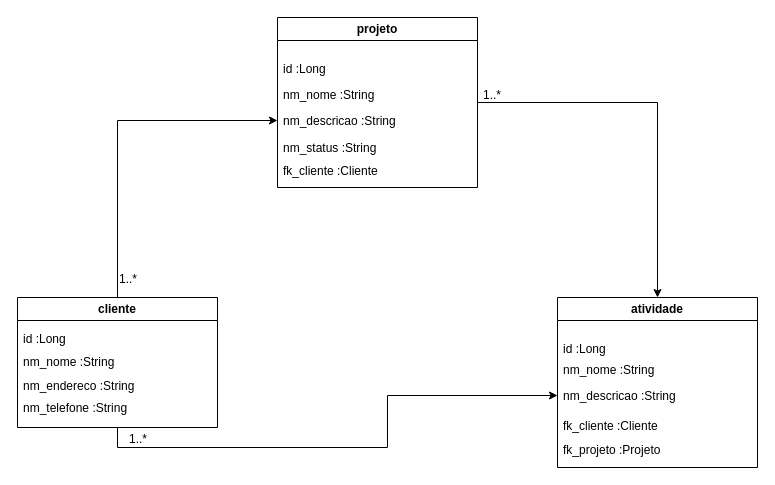
alissonsantos2/gestaoProjeto keeps this draw.io diagram as Diagrama gestao projetos.drawio. Above is the earlier version. Source tidied: cells renumbered, new cells numbered last; positions are measured from the earlier drawing's top-left corner, leaving out a move shared by most shapes. Both pictures are drawn from the tidied source at 100%, with x=0, y=0 at pixel (17, 17).
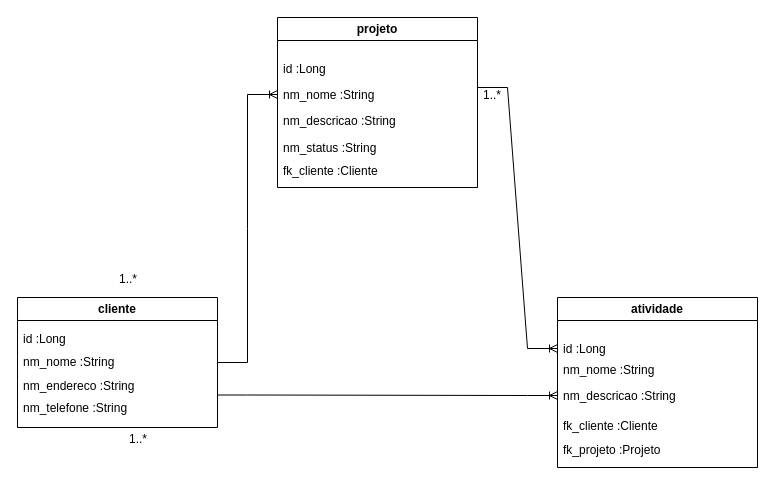
The same diagram, later.

Commit message (it also covers changes not shown here):
Subindo os diagramas

Unchanged cells that the change refers to:
```xml
<mxCell id="3" value="projeto" style="swimlane;whiteSpace=wrap;html=1;" parent="1" vertex="1">
  <mxGeometry x="260" width="200" height="170" as="geometry" />
</mxCell>
<mxCell id="5" value="nm_nome :String" style="text;align=left;verticalAlign=top;spacingLeft=4;spacingRight=4;overflow=hidden;points=[[0,0.5],[1,0.5]];portConstraint=eastwest;" parent="3" vertex="1">
  <mxGeometry y="64" width="160" height="26" as="geometry" />
</mxCell>
<mxCell id="6" value="nm_descricao :String" style="text;align=left;verticalAlign=top;spacingLeft=4;spacingRight=4;overflow=hidden;points=[[0,0.5],[1,0.5]];portConstraint=eastwest;" parent="3" vertex="1">
  <mxGeometry y="90" width="160" height="26" as="geometry" />
</mxCell>
<mxCell id="8" value="atividade" style="swimlane;whiteSpace=wrap;html=1;" parent="1" vertex="1">
  <mxGeometry x="540" y="280" width="200" height="170" as="geometry" />
</mxCell>
<mxCell id="9" value="id :Long" style="text;align=left;verticalAlign=top;spacingLeft=4;spacingRight=4;overflow=hidden;points=[[0,0.5],[1,0.5]];portConstraint=eastwest;" parent="8" vertex="1">
  <mxGeometry y="38" width="160" height="26" as="geometry" />
</mxCell>
<mxCell id="11" value="nm_descricao :String" style="text;align=left;verticalAlign=top;spacingLeft=4;spacingRight=4;overflow=hidden;points=[[0,0.5],[1,0.5]];portConstraint=eastwest;" parent="8" vertex="1">
  <mxGeometry y="85" width="160" height="26" as="geometry" />
</mxCell>
<mxCell id="16" value="cliente" style="swimlane;whiteSpace=wrap;html=1;" parent="1" vertex="1">
  <mxGeometry y="280" width="200" height="130" as="geometry" />
</mxCell>
```

Diff of the diagram source:
```diff
@@
-    <mxCell id="2" style="edgeStyle=orthogonalEdgeStyle;rounded=0;jettySize=auto;html=1;exitX=1;exitY=0.5;exitDx=0;exitDy=0;entryX=0.5;entryY=0;entryDx=0;entryDy=0;" parent="1" edge="1" source="3" target="8">
-      <mxGeometry relative="1" as="geometry" />
-    </mxCell>
@@
-    <mxCell id="14" style="edgeStyle=orthogonalEdgeStyle;rounded=0;jettySize=auto;html=1;entryX=0;entryY=0.5;entryDx=0;entryDy=0;" parent="1" edge="1" source="16" target="6">
-      <mxGeometry relative="1" as="geometry" />
-    </mxCell>
-    <mxCell id="15" style="edgeStyle=orthogonalEdgeStyle;rounded=0;jettySize=auto;html=1;exitX=0.5;exitY=1;exitDx=0;exitDy=0;entryX=0;entryY=0.5;entryDx=0;entryDy=0;" parent="1" edge="1" source="16" target="11">
-      <mxGeometry relative="1" as="geometry" />
-    </mxCell>
@@
+    <mxCell id="25" style="edgeStyle=entityRelationEdgeStyle;fontSize=12;html=1;endArrow=ERoneToMany;rounded=0;entryX=0;entryY=0.5;entryDx=0;entryDy=0;" parent="1" edge="1" source="16" target="5">
+      <mxGeometry relative="1" as="geometry" />
+    </mxCell>
+    <mxCell id="26" style="edgeStyle=entityRelationEdgeStyle;fontSize=12;html=1;endArrow=ERoneToMany;rounded=0;" parent="1" edge="1" target="9">
+      <mxGeometry relative="1" as="geometry">
+        <mxPoint x="460" y="70" as="sourcePoint" />
+      </mxGeometry>
+    </mxCell>
+    <mxCell id="15" style="edgeStyle=entityRelationEdgeStyle;fontSize=12;html=1;endArrow=ERoneToMany;rounded=0;exitX=1;exitY=0.75;exitDx=0;exitDy=0;entryX=0;entryY=0.5;entryDx=0;entryDy=0;" parent="1" edge="1" source="16" target="11">
+      <mxGeometry relative="1" as="geometry" />
+    </mxCell>
```
